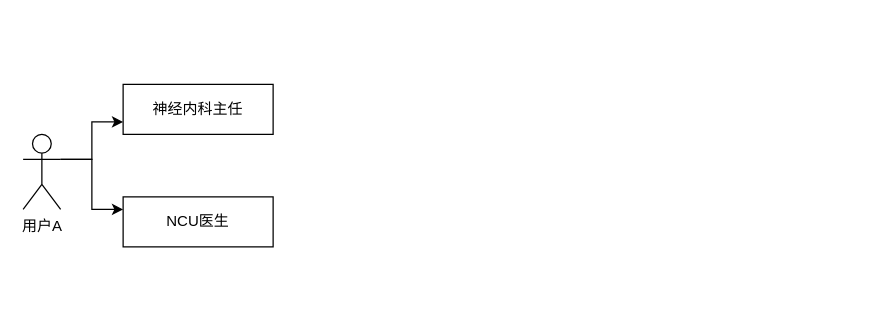
Above: RBAC.drawio in wq409813230/DrawioRepo (draw.io), before the change. Source tidied: cells renumbered, new cells numbered last; positions are measured from the earlier drawing's top-left corner, leaving out a move shared by most shapes. Both pictures are drawn from the tidied source at 125%, with x=0, y=0 at pixel (22, 84).
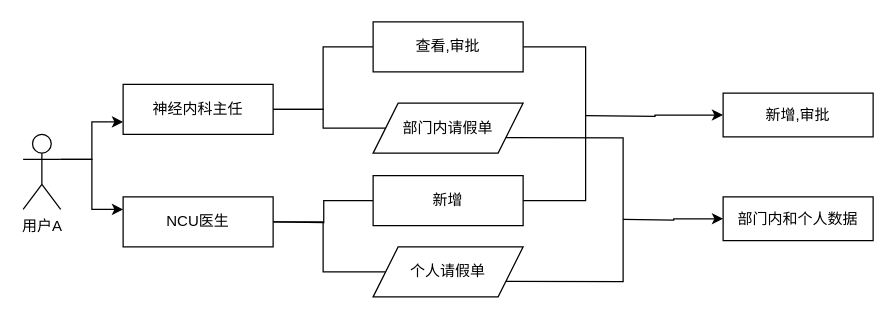
After the change.

Unchanged cells that the change refers to:
```xml
<mxCell id="5" value="神经内科主任" style="rounded=0;whiteSpace=wrap;html=1;" parent="1" vertex="1">
  <mxGeometry x="80" width="120" height="40" as="geometry" />
</mxCell>
<mxCell id="6" value="NCU医生" style="rounded=0;whiteSpace=wrap;html=1;" parent="1" vertex="1">
  <mxGeometry x="80" y="90" width="120" height="40" as="geometry" />
</mxCell>
```

What changed in the source:
```diff
@@
+    <mxCell id="7" style="rounded=0;jettySize=auto;html=1;exitX=1;exitY=0.5;exitDx=0;exitDy=0;entryX=0;entryY=0.5;entryDx=0;entryDy=0;edgeStyle=elbowEdgeStyle;endArrow=none;endFill=0;" parent="1" edge="1" source="5" target="11">
+      <mxGeometry relative="1" as="geometry" />
+    </mxCell>
+    <mxCell id="8" style="edgeStyle=orthogonalEdgeStyle;rounded=0;jettySize=auto;html=1;exitX=1;exitY=0.5;exitDx=0;exitDy=0;entryX=0;entryY=0.5;entryDx=0;entryDy=0;endArrow=none;endFill=0;" parent="1" edge="1" source="5" target="13">
+      <mxGeometry relative="1" as="geometry" />
+    </mxCell>
@@
+    <mxCell id="9" style="edgeStyle=orthogonalEdgeStyle;rounded=0;jettySize=auto;html=1;exitX=1;exitY=0.5;exitDx=0;exitDy=0;endArrow=none;endFill=0;" parent="1" edge="1" source="6" target="16">
+      <mxGeometry relative="1" as="geometry" />
+    </mxCell>
@@
+    <mxCell id="10" style="edgeStyle=orthogonalEdgeStyle;rounded=0;jettySize=auto;html=1;exitX=1;exitY=0.5;exitDx=0;exitDy=0;entryX=1;entryY=0.5;entryDx=0;entryDy=0;endArrow=none;endFill=0;" parent="1" edge="1" source="11" target="15">
+      <mxGeometry relative="1" as="geometry">
+        <Array as="points">
+          <mxPoint x="450" y="-30" />
+          <mxPoint x="450" y="93" />
+        </Array>
+      </mxGeometry>
+    </mxCell>
+    <mxCell id="11" value="查看,审批" style="rounded=0;whiteSpace=wrap;html=1;" parent="1" vertex="1">
+      <mxGeometry x="280" y="-50" width="120" height="40" as="geometry" />
+    </mxCell>
+    <mxCell id="12" style="edgeStyle=orthogonalEdgeStyle;rounded=0;jettySize=auto;html=1;exitX=1;exitY=0.75;exitDx=0;exitDy=0;entryX=1;entryY=0.75;entryDx=0;entryDy=0;endArrow=none;endFill=0;" parent="1" edge="1" source="13" target="16">
+      <mxGeometry relative="1" as="geometry">
+        <Array as="points">
+          <mxPoint x="480" y="43" />
+          <mxPoint x="480" y="158" />
+        </Array>
+      </mxGeometry>
+    </mxCell>
+    <mxCell id="13" value="部门内请假单" style="shape=parallelogram;perimeter=parallelogramPerimeter;whiteSpace=wrap;html=1;fixedSize=1;" parent="1" vertex="1">
+      <mxGeometry x="280" y="15" width="120" height="40" as="geometry" />
+    </mxCell>
+    <mxCell id="14" style="edgeStyle=orthogonalEdgeStyle;rounded=0;jettySize=auto;html=1;exitX=1;exitY=0.5;exitDx=0;exitDy=0;entryX=0;entryY=0.5;entryDx=0;entryDy=0;endArrow=none;endFill=0;" parent="1" edge="1" target="15">
+      <mxGeometry relative="1" as="geometry">
+        <mxPoint x="200" y="110" as="sourcePoint" />
+      </mxGeometry>
+    </mxCell>
+    <mxCell id="15" value="新增" style="rounded=0;whiteSpace=wrap;html=1;" parent="1" vertex="1">
+      <mxGeometry x="280" y="73" width="120" height="40" as="geometry" />
+    </mxCell>
+    <mxCell id="16" value="个人请假单" style="shape=parallelogram;perimeter=parallelogramPerimeter;whiteSpace=wrap;html=1;fixedSize=1;" parent="1" vertex="1">
+      <mxGeometry x="280" y="130" width="120" height="40" as="geometry" />
+    </mxCell>
+    <mxCell id="17" style="edgeStyle=orthogonalEdgeStyle;rounded=0;jettySize=auto;html=1;exitX=0;exitY=0.5;exitDx=0;exitDy=0;endArrow=none;endFill=0;startArrow=classic;startFill=1;" parent="1" edge="1" source="18">
+      <mxGeometry relative="1" as="geometry">
+        <mxPoint x="450" y="25" as="targetPoint" />
+      </mxGeometry>
+    </mxCell>
+    <mxCell id="18" value="新增,审批" style="rounded=0;whiteSpace=wrap;html=1;" parent="1" vertex="1">
+      <mxGeometry x="560" y="7" width="120" height="35" as="geometry" />
+    </mxCell>
+    <mxCell id="19" style="edgeStyle=orthogonalEdgeStyle;rounded=0;jettySize=auto;html=1;exitX=0;exitY=0.5;exitDx=0;exitDy=0;endArrow=none;endFill=0;startArrow=classic;startFill=1;" parent="1" edge="1" source="20">
+      <mxGeometry relative="1" as="geometry">
+        <mxPoint x="480" y="108" as="targetPoint" />
+      </mxGeometry>
+    </mxCell>
+    <mxCell id="20" value="部门内和个人数据" style="rounded=0;whiteSpace=wrap;html=1;" parent="1" vertex="1">
+      <mxGeometry x="560" y="90" width="120" height="35" as="geometry" />
+    </mxCell>
```
